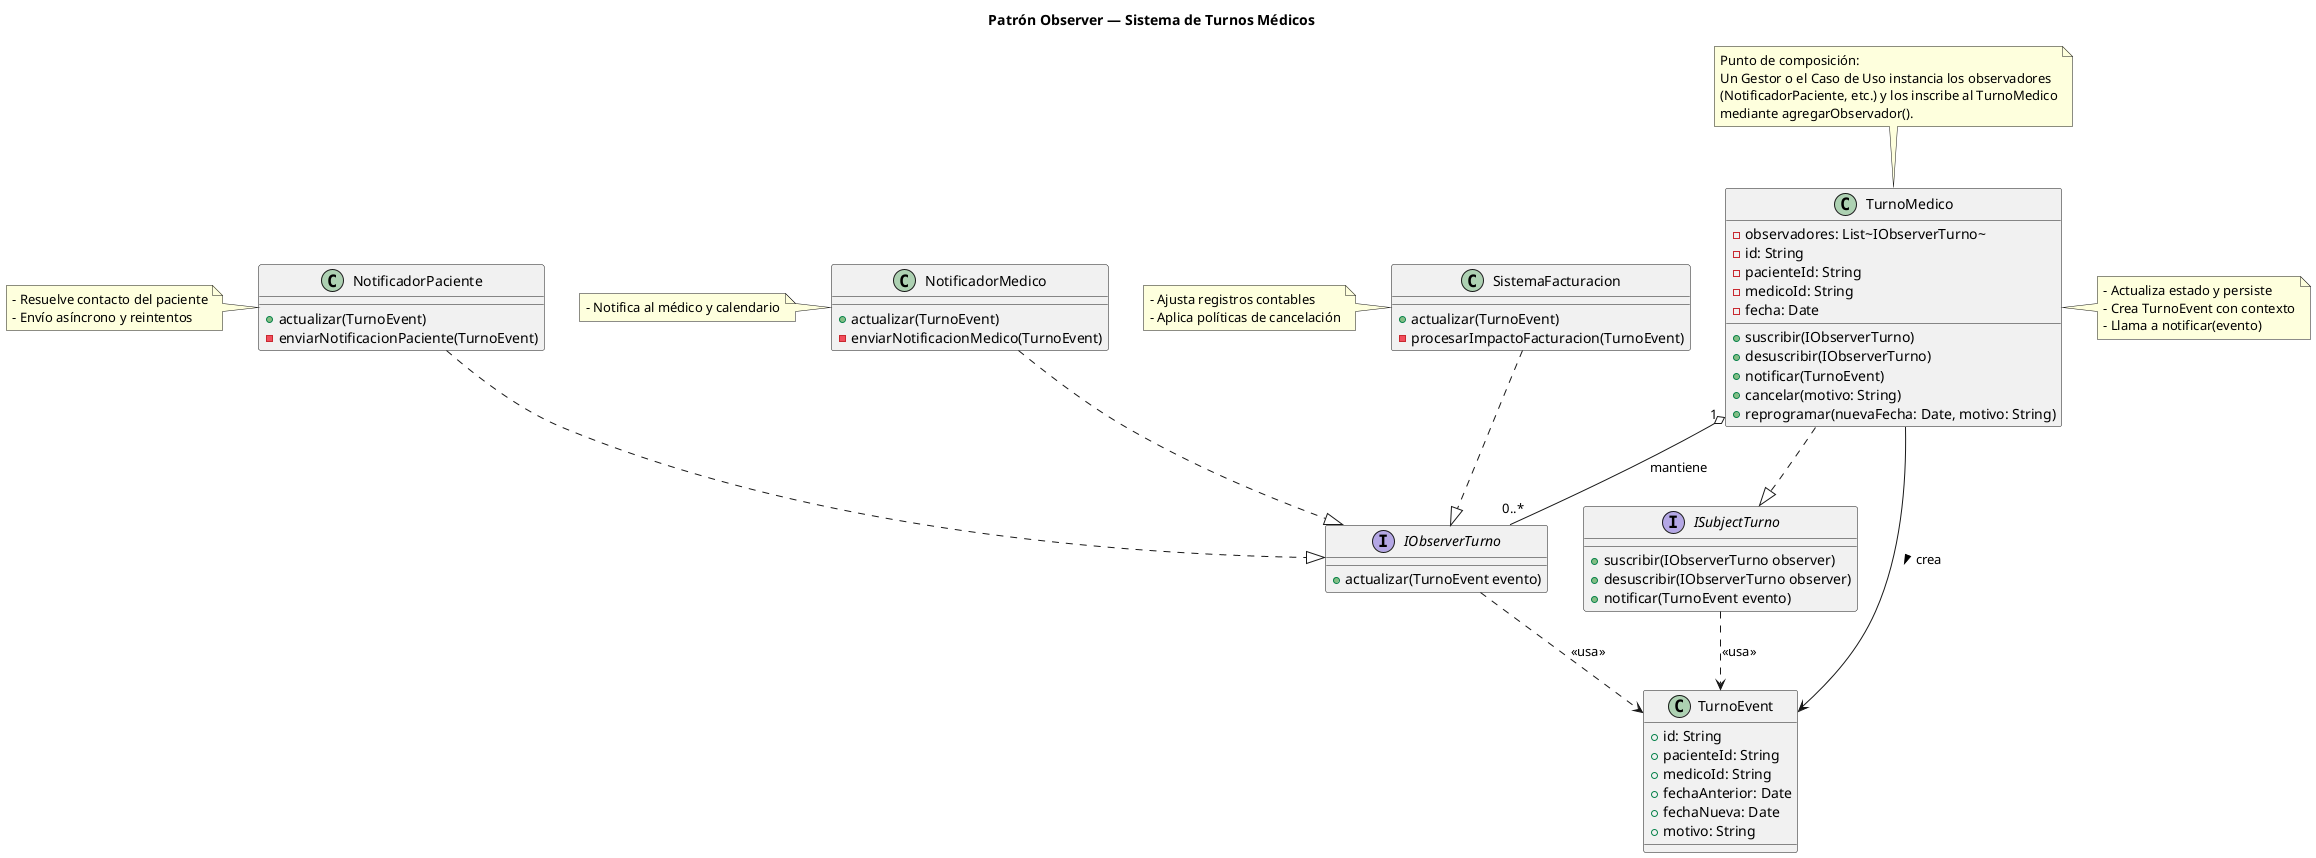
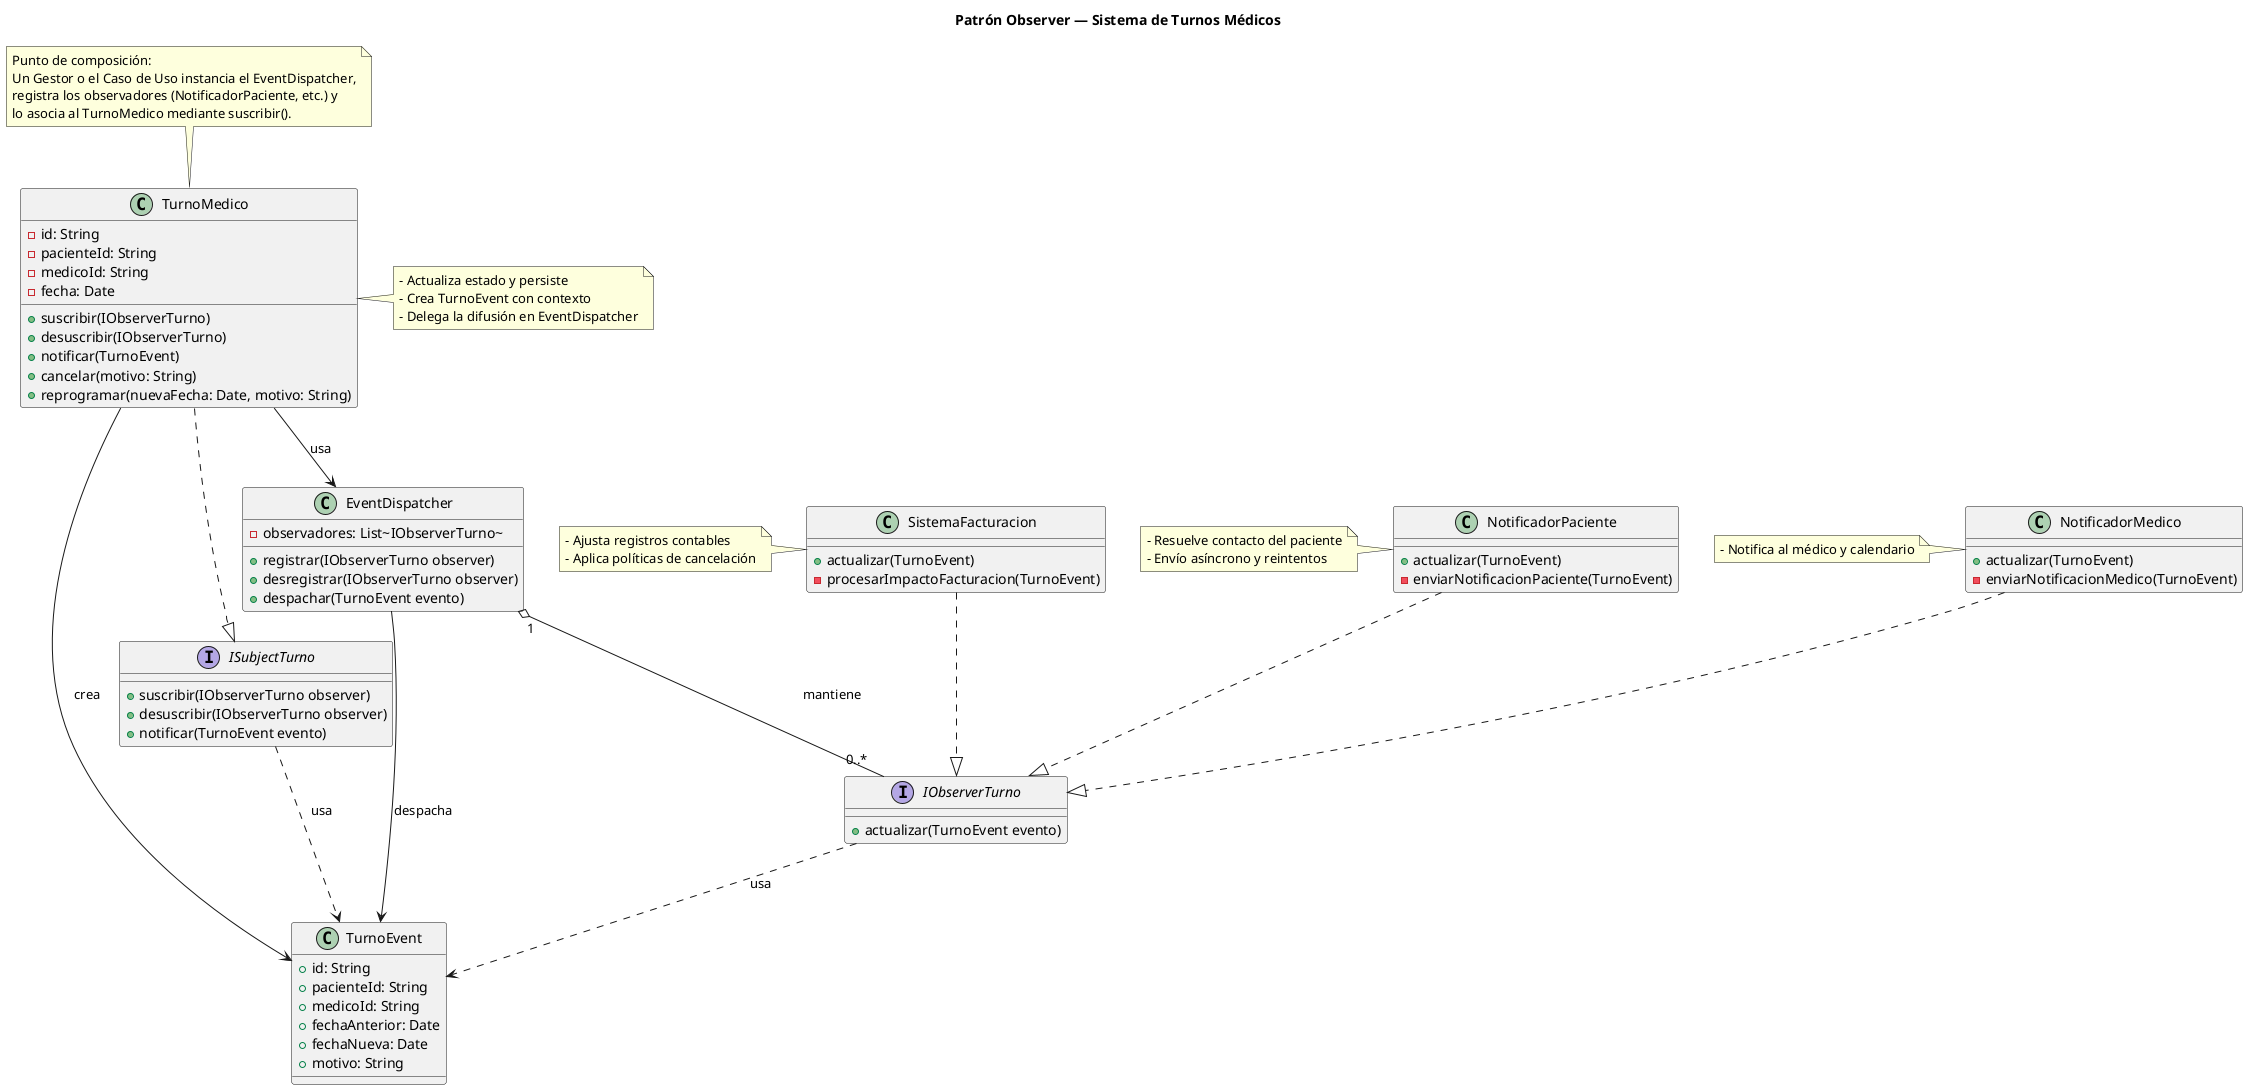
@startuml 01-patron-comportamiento-observer.puml
title Patrón Observer — Sistema de Turnos Médicos

' Interfaces
interface IObserverTurno {
  +actualizar(TurnoEvent evento)
}

interface ISubjectTurno {
  +suscribir(IObserverTurno observer)
  +desuscribir(IObserverTurno observer)
  +notificar(TurnoEvent evento)
}

' Evento que transporta contexto del cambio de turno
class TurnoEvent {
  +id: String
  +pacienteId: String
  +medicoId: String
  +fechaAnterior: Date
  +fechaNueva: Date
  +motivo: String
}

+ ' Componente opcional de composición
+ class EventDispatcher {
+   -observadores: List~IObserverTurno~
+   +registrar(IObserverTurno observer)
+   +desregistrar(IObserverTurno observer)
+   +despachar(TurnoEvent evento)
+ }
+ 
' Sujeto concreto
class TurnoMedico {
-   -observadores: List~IObserverTurno~
  -id: String
  -pacienteId: String
  -medicoId: String
  -fecha: Date
  +suscribir(IObserverTurno)
  +desuscribir(IObserverTurno)
  +notificar(TurnoEvent)
  +cancelar(motivo: String)
  +reprogramar(nuevaFecha: Date, motivo: String)
}

' Observadores concretos
class NotificadorPaciente {
  +actualizar(TurnoEvent)
  -enviarNotificacionPaciente(TurnoEvent)
}

class NotificadorMedico {
  +actualizar(TurnoEvent)
  -enviarNotificacionMedico(TurnoEvent)
}

class SistemaFacturacion {
  +actualizar(TurnoEvent)
  -procesarImpactoFacturacion(TurnoEvent)
}

' Relaciones
TurnoMedico ..|> ISubjectTurno
NotificadorPaciente ..|> IObserverTurno
NotificadorMedico ..|> IObserverTurno
SistemaFacturacion ..|> IObserverTurno

- TurnoMedico "1" o-- "0..*" IObserverTurno : mantiene
- TurnoMedico --> TurnoEvent : crea >
+ TurnoMedico --> EventDispatcher : usa
+ EventDispatcher "1" o-- "0..*" IObserverTurno : mantiene
+ EventDispatcher --> TurnoEvent : despacha
+ TurnoMedico --> TurnoEvent : crea

- IObserverTurno ..> TurnoEvent : <<usa>>
- ISubjectTurno ..> TurnoEvent : <<usa>>
+ IObserverTurno ..> TurnoEvent : usa
+ ISubjectTurno ..> TurnoEvent : usa

note top of TurnoMedico
  Punto de composición:
-   Un Gestor o el Caso de Uso instancia los observadores
-   (NotificadorPaciente, etc.) y los inscribe al TurnoMedico
-   mediante agregarObservador().
+   Un Gestor o el Caso de Uso instancia el EventDispatcher,
+   registra los observadores (NotificadorPaciente, etc.) y
+   lo asocia al TurnoMedico mediante suscribir().
end note

note right of TurnoMedico
  - Actualiza estado y persiste
  - Crea TurnoEvent con contexto
-   - Llama a notificar(evento)
+   - Delega la difusión en EventDispatcher
end note

note left of NotificadorPaciente
  - Resuelve contacto del paciente
  - Envío asíncrono y reintentos
end note

note left of NotificadorMedico
  - Notifica al médico y calendario
end note

note left of SistemaFacturacion
  - Ajusta registros contables
  - Aplica políticas de cancelación
end note

@enduml
